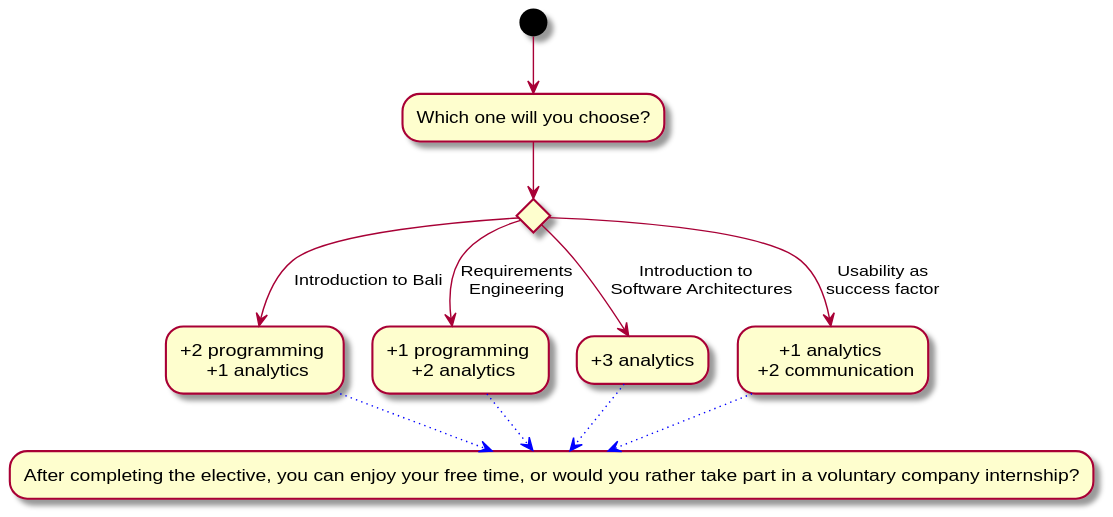
Earlier version of the PlantUML export Docs/Technical Specifications/docs/diagrams/StoryFlow/StoryFlow_Decision_2.svg (Brotenko/QualityQuest).
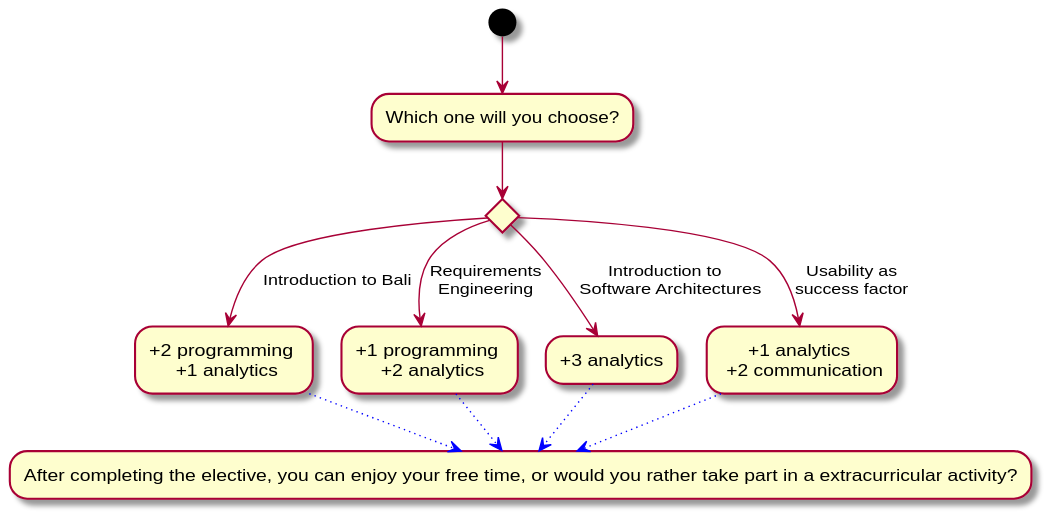
After the change.

The edit, as a diff of the source:
```diff
@@ -10,7 +10,7 @@
 --> [Usability as\nsuccess factor] "+1 analytics \n +2 communication" as usf
 
 
-usf -[#blue,dotted]-> "After completing the elective, you can enjoy your free time, or would you rather take part in a voluntary company internship?" as a
+usf -[#blue,dotted]-> "After completing the elective, you can enjoy your free time, or would you rather take part in a extracurricular activity?" as a
 re -[#blue,dotted]-> a
 bali -[#blue,dotted]-> a
 esa -[#blue,dotted]-> a
```
